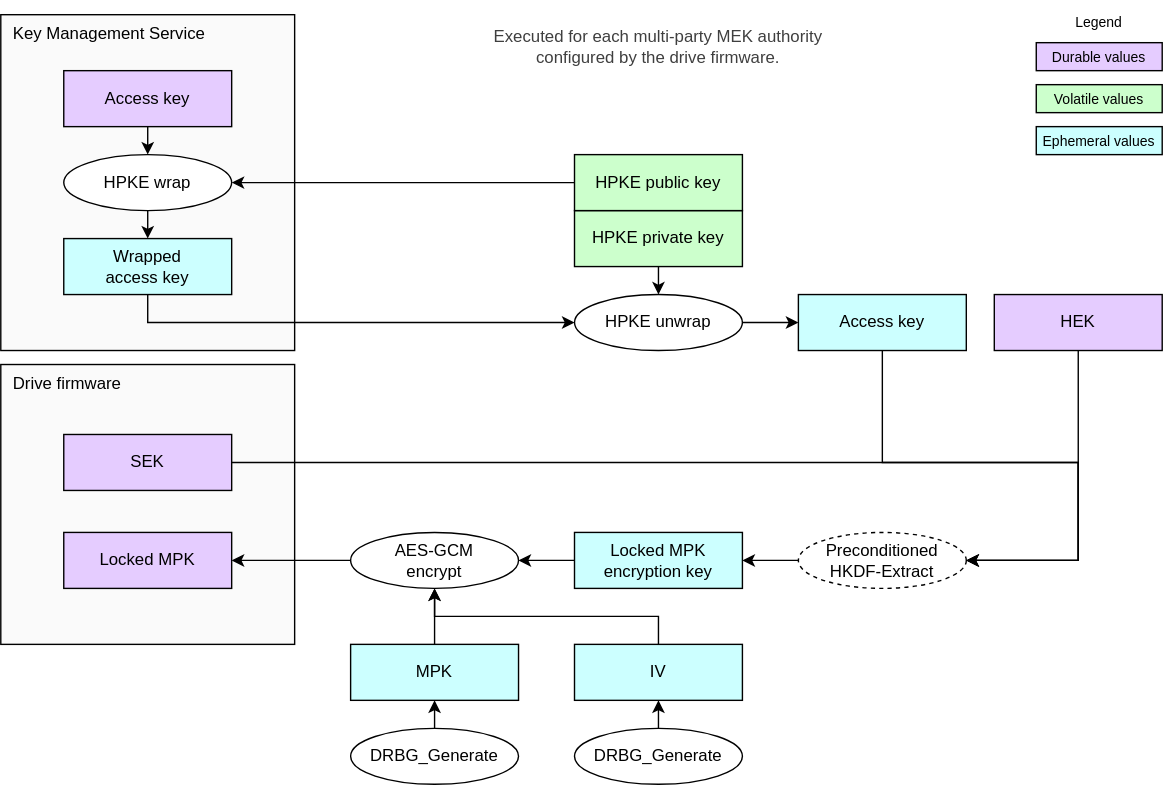
Earlier version of the draw.io export doc/ocp_lock/diagrams/mpk_generate.drawio.svg (chipsalliance/Caliptra). Source tidied: cells renumbered, new cells last; positions are measured from the earlier drawing's top-left corner, leaving out a move shared by most shapes.
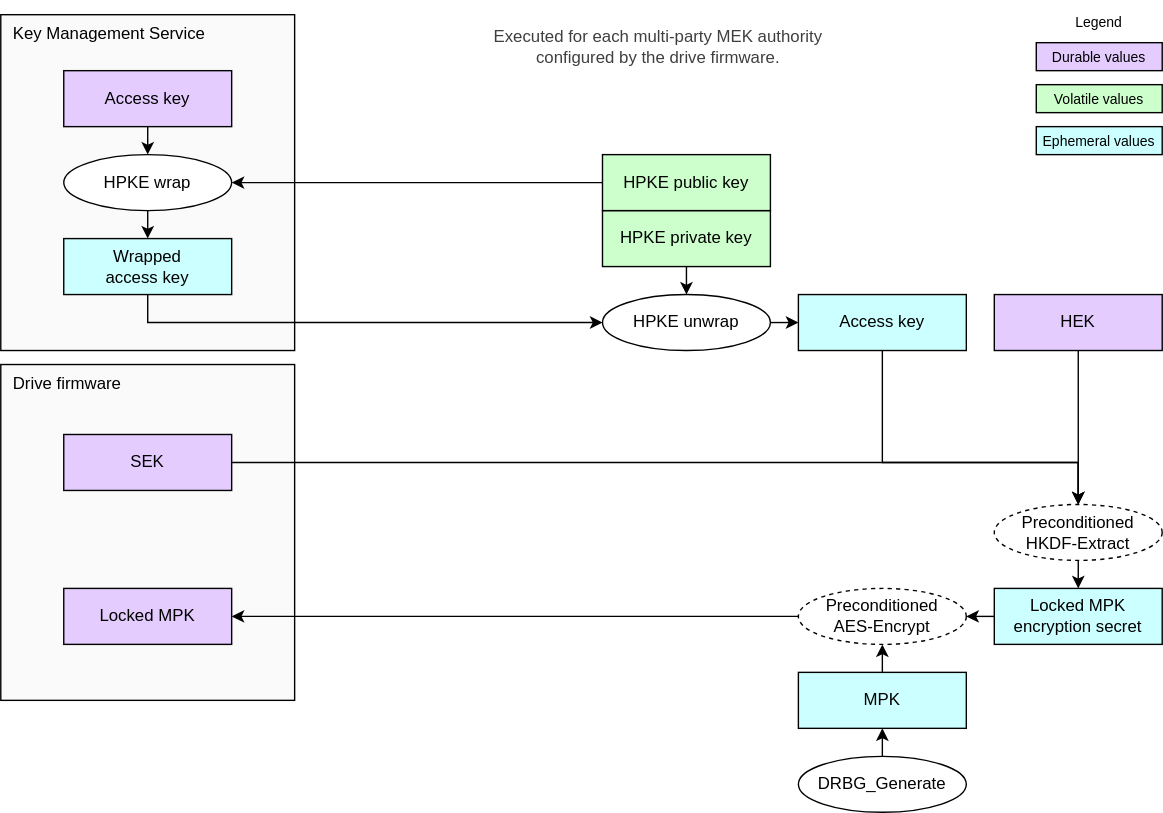
The same file after the commit.

The edit, as a diff of the source:
```diff
@@ -3,65 +3,60 @@
     <mxCell id="0" />
     <mxCell id="1" parent="0" />
     <mxCell id="2" value="Drive firmware" style="rounded=0;whiteSpace=wrap;html=1;fillColor=#FAFAFA;strokeColor=#000000;align=left;verticalAlign=top;spacingLeft=7;" parent="1" vertex="1">
-      <mxGeometry y="260" width="210" height="200" as="geometry" />
+      <mxGeometry y="260" width="210" height="240" as="geometry" />
     </mxCell>
     <mxCell id="3" value="Key Management Service" style="rounded=0;whiteSpace=wrap;html=1;fillColor=#FAFAFA;strokeColor=#000000;align=left;verticalAlign=top;spacingLeft=7;" parent="1" vertex="1">
       <mxGeometry y="10" width="210" height="240" as="geometry" />
     </mxCell>
     <mxCell id="4" value="&lt;div&gt;&lt;font color=&quot;#000000&quot;&gt;Locked MPK&lt;/font&gt;&lt;/div&gt;" style="rounded=0;whiteSpace=wrap;html=1;align=center;verticalAlign=middle;shadow=0;glass=0;spacingLeft=0;spacingBottom=0;spacingTop=0;fillColor=#E5CCFF;" parent="1" vertex="1">
-      <mxGeometry x="45" y="380" width="120" height="40" as="geometry" />
+      <mxGeometry x="45" y="420" width="120" height="40" as="geometry" />
     </mxCell>
     <mxCell id="5" value="&lt;div&gt;&lt;font color=&quot;#000000&quot;&gt;HEK&lt;/font&gt;&lt;/div&gt;" style="rounded=0;whiteSpace=wrap;html=1;align=center;verticalAlign=middle;shadow=0;glass=0;spacingLeft=0;spacingBottom=0;spacingTop=0;fillColor=#E5CCFF;" parent="1" vertex="1">
       <mxGeometry x="710" y="210" width="120" height="40" as="geometry" />
     </mxCell>
+    <mxCell id="11" style="edgeStyle=none;html=1;exitX=0;exitY=0.5;exitDx=0;exitDy=0;entryX=1;entryY=0.5;entryDx=0;entryDy=0;" parent="1" edge="1" source="6" target="9">
+      <mxGeometry relative="1" as="geometry" />
+    </mxCell>
-    <mxCell id="6" value="&lt;div&gt;&lt;font color=&quot;#000000&quot;&gt;Locked MPK encryption key&lt;/font&gt;&lt;/div&gt;" style="rounded=0;whiteSpace=wrap;html=1;align=center;verticalAlign=middle;shadow=0;glass=0;spacingLeft=0;spacingBottom=0;spacingTop=0;fillColor=#CCFFFF;" parent="1" vertex="1">
-      <mxGeometry x="410" y="380" width="120" height="40" as="geometry" />
+    <mxCell id="6" value="&lt;div&gt;&lt;font color=&quot;#000000&quot;&gt;Locked MPK encryption secret&lt;/font&gt;&lt;/div&gt;" style="rounded=0;whiteSpace=wrap;html=1;align=center;verticalAlign=middle;shadow=0;glass=0;spacingLeft=0;spacingBottom=0;spacingTop=0;fillColor=#CCFFFF;" parent="1" vertex="1">
+      <mxGeometry x="710" y="420" width="120" height="40" as="geometry" />
     </mxCell>
     <mxCell id="7" value="&lt;div&gt;&lt;font color=&quot;#000000&quot;&gt;Access key&lt;/font&gt;&lt;/div&gt;" style="rounded=0;whiteSpace=wrap;html=1;align=center;verticalAlign=middle;shadow=0;glass=0;spacingLeft=0;spacingBottom=0;spacingTop=0;fillColor=#CCFFFF;" parent="1" vertex="1">
       <mxGeometry x="570" y="210" width="120" height="40" as="geometry" />
     </mxCell>
     <mxCell id="8" value="Preconditioned&lt;div&gt;HKDF-Extract&lt;/div&gt;" style="ellipse;whiteSpace=wrap;html=1;fillColor=#FFFFFF;dashed=1;" parent="1" vertex="1">
-      <mxGeometry x="570" y="380" width="120" height="40" as="geometry" />
+      <mxGeometry x="710" y="360" width="120" height="40" as="geometry" />
     </mxCell>
-    <mxCell id="9" value="AES-GCM&lt;div&gt;encrypt&lt;/div&gt;" style="ellipse;whiteSpace=wrap;html=1;fillColor=#FFFFFF;" parent="1" vertex="1">
-      <mxGeometry x="250" y="380" width="120" height="40" as="geometry" />
+    <mxCell id="9" value="Preconditioned&lt;div&gt;AES-Encrypt&lt;/div&gt;" style="ellipse;whiteSpace=wrap;html=1;fillColor=#FFFFFF;dashed=1;" parent="1" vertex="1">
+      <mxGeometry x="570" y="420" width="120" height="40" as="geometry" />
     </mxCell>
     <mxCell id="10" style="endArrow=none;html=1;exitX=1;exitY=0.5;exitDx=0;exitDy=0;entryX=0;entryY=0.5;entryDx=0;entryDy=0;startArrow=classic;startFill=1;endFill=0;endSize=6;startSize=6;" parent="1" edge="1" source="4" target="9">
       <mxGeometry relative="1" as="geometry" />
     </mxCell>
-    <mxCell id="11" style="endArrow=classic;html=1;exitX=0;exitY=0.5;exitDx=0;exitDy=0;entryX=1;entryY=0.5;entryDx=0;entryDy=0;endSize=6;startSize=6;" parent="1" edge="1" source="6" target="9">
-      <mxGeometry relative="1" as="geometry" />
-    </mxCell>
-    <mxCell id="12" style="endArrow=classic;html=1;exitX=0.5;exitY=1;exitDx=0;exitDy=0;endSize=6;startSize=6;entryX=1;entryY=0.5;entryDx=0;entryDy=0;edgeStyle=orthogonalEdgeStyle;rounded=0;curved=0;" parent="1" edge="1" source="7" target="8">
+    <mxCell id="12" style="endArrow=classic;html=1;exitX=0.5;exitY=1;exitDx=0;exitDy=0;endSize=6;startSize=6;edgeStyle=orthogonalEdgeStyle;rounded=0;curved=0;entryX=0.5;entryY=0;entryDx=0;entryDy=0;" parent="1" edge="1" source="7" target="8">
       <mxGeometry relative="1" as="geometry">
         <Array as="points">
           <mxPoint x="630" y="330" />
           <mxPoint x="770" y="330" />
-          <mxPoint x="770" y="400" />
         </Array>
       </mxGeometry>
     </mxCell>
-    <mxCell id="13" style="endArrow=classic;html=1;exitX=0;exitY=0.5;exitDx=0;exitDy=0;entryX=1;entryY=0.5;entryDx=0;entryDy=0;endSize=6;startSize=6;" parent="1" edge="1" source="8" target="6">
+    <mxCell id="13" style="endArrow=classic;html=1;exitX=0.5;exitY=1;exitDx=0;exitDy=0;entryX=0.5;entryY=0;entryDx=0;entryDy=0;endSize=6;startSize=6;" parent="1" edge="1" source="8" target="6">
       <mxGeometry relative="1" as="geometry" />
     </mxCell>
     <mxCell id="14" value="&lt;div&gt;&lt;font color=&quot;#000000&quot;&gt;MPK&lt;/font&gt;&lt;/div&gt;" style="rounded=0;whiteSpace=wrap;html=1;align=center;verticalAlign=middle;shadow=0;glass=0;spacingLeft=0;spacingBottom=0;spacingTop=0;fillColor=#CCFFFF;" parent="1" vertex="1">
-      <mxGeometry x="250" y="460" width="120" height="40" as="geometry" />
+      <mxGeometry x="570" y="480" width="120" height="40" as="geometry" />
     </mxCell>
     <mxCell id="15" style="endArrow=none;html=1;exitX=0.5;exitY=1;exitDx=0;exitDy=0;entryX=0.5;entryY=0;entryDx=0;entryDy=0;startArrow=classic;startFill=1;endFill=0;endSize=6;startSize=6;" parent="1" edge="1" source="9" target="14">
       <mxGeometry relative="1" as="geometry" />
     </mxCell>
-    <mxCell id="16" style="edgeStyle=segmentEdgeStyle;endArrow=classic;html=1;curved=0;rounded=0;endSize=6;startSize=6;entryX=1;entryY=0.5;entryDx=0;entryDy=0;exitX=0.5;exitY=1;exitDx=0;exitDy=0;" parent="1" edge="1" source="5" target="8">
-      <mxGeometry relative="1" as="geometry">
-        <Array as="points">
-          <mxPoint x="770" y="400" />
-        </Array>
-      </mxGeometry>
+    <mxCell id="16" style="edgeStyle=segmentEdgeStyle;endArrow=classic;html=1;curved=0;rounded=0;endSize=6;startSize=6;exitX=0.5;exitY=1;exitDx=0;exitDy=0;entryX=0.5;entryY=0;entryDx=0;entryDy=0;" parent="1" edge="1" source="5" target="8">
+      <mxGeometry relative="1" as="geometry" />
     </mxCell>
     <mxCell id="17" value="&lt;div&gt;&lt;font color=&quot;#000000&quot;&gt;HPKE private key&lt;/font&gt;&lt;/div&gt;" style="rounded=0;whiteSpace=wrap;html=1;align=center;verticalAlign=middle;shadow=0;glass=0;spacingLeft=0;spacingBottom=0;spacingTop=0;fillColor=#CCFFCC;" parent="1" vertex="1">
-      <mxGeometry x="410" y="150" width="120" height="40" as="geometry" />
+      <mxGeometry x="430" y="150" width="120" height="40" as="geometry" />
     </mxCell>
     <mxCell id="18" value="HPKE unwrap" style="ellipse;whiteSpace=wrap;html=1;fillColor=#FFFFFF;" parent="1" vertex="1">
-      <mxGeometry x="410" y="210" width="120" height="40" as="geometry" />
+      <mxGeometry x="430" y="210" width="120" height="40" as="geometry" />
     </mxCell>
     <mxCell id="19" style="endArrow=classic;html=1;exitX=1;exitY=0.5;exitDx=0;exitDy=0;endSize=6;startSize=6;" parent="1" edge="1" source="18" target="7">
       <mxGeometry relative="1" as="geometry" />
@@ -73,7 +68,7 @@
       <mxGeometry x="45" y="110" width="120" height="40" as="geometry" />
     </mxCell>
     <mxCell id="22" value="&lt;div&gt;&lt;font color=&quot;#000000&quot;&gt;HPKE public key&lt;/font&gt;&lt;/div&gt;" style="rounded=0;whiteSpace=wrap;html=1;align=center;verticalAlign=middle;shadow=0;glass=0;spacingLeft=0;spacingBottom=0;spacingTop=0;fillColor=#CCFFCC;" parent="1" vertex="1">
-      <mxGeometry x="410" y="110" width="120" height="40" as="geometry" />
+      <mxGeometry x="430" y="110" width="120" height="40" as="geometry" />
     </mxCell>
     <mxCell id="23" style="edgeStyle=segmentEdgeStyle;endArrow=classic;html=1;curved=0;rounded=0;endSize=6;startSize=6;exitX=0;exitY=0.5;exitDx=0;exitDy=0;entryX=1;entryY=0.5;entryDx=0;entryDy=0;" parent="1" edge="1" source="22" target="21">
       <mxGeometry relative="1" as="geometry">
@@ -109,7 +104,7 @@
       <mxGeometry relative="1" as="geometry" />
     </mxCell>
     <mxCell id="31" value="DRBG_Generate" style="ellipse;whiteSpace=wrap;html=1;fillColor=#FFFFFF;" parent="1" vertex="1">
-      <mxGeometry x="250" y="520" width="120" height="40" as="geometry" />
+      <mxGeometry x="570" y="540" width="120" height="40" as="geometry" />
     </mxCell>
     <mxCell id="32" value="&lt;div&gt;&lt;font color=&quot;#000000&quot;&gt;Volatile values&lt;/font&gt;&lt;/div&gt;" style="rounded=0;whiteSpace=wrap;html=1;align=center;verticalAlign=middle;shadow=0;glass=0;spacingLeft=0;spacingBottom=0;spacingTop=0;fillColor=#CCFFCC;fontSize=10;" parent="1" vertex="1">
       <mxGeometry x="740" y="60" width="90" height="20" as="geometry" />
@@ -123,26 +118,13 @@
     <mxCell id="35" value="&lt;div style=&quot;color: rgb(63, 63, 63);&quot;&gt;Executed&lt;span style=&quot;background-color: transparent;&quot;&gt;&amp;nbsp;for&amp;nbsp;&lt;/span&gt;&lt;span style=&quot;background-color: transparent;&quot;&gt;each multi-party MEK authority configured by the drive firmware.&lt;/span&gt;&lt;/div&gt;" style="text;strokeColor=none;align=center;fillColor=none;html=1;verticalAlign=middle;whiteSpace=wrap;rounded=0;" parent="1" vertex="1">
       <mxGeometry x="340" y="10" width="260" height="45" as="geometry" />
     </mxCell>
-    <mxCell id="36" style="endArrow=none;html=1;exitX=0.5;exitY=1;exitDx=0;exitDy=0;entryX=0.5;entryY=0;entryDx=0;entryDy=0;startArrow=classic;startFill=1;endFill=0;endSize=6;startSize=6;" parent="1" edge="1" source="37" target="38">
-      <mxGeometry relative="1" as="geometry" />
-    </mxCell>
-    <mxCell id="37" value="&lt;div&gt;&lt;font color=&quot;#000000&quot;&gt;IV&lt;/font&gt;&lt;/div&gt;" style="rounded=0;whiteSpace=wrap;html=1;align=center;verticalAlign=middle;shadow=0;glass=0;spacingLeft=0;spacingBottom=0;spacingTop=0;fillColor=#CCFFFF;" parent="1" vertex="1">
-      <mxGeometry x="410" y="460" width="120" height="40" as="geometry" />
-    </mxCell>
-    <mxCell id="38" value="DRBG_Generate" style="ellipse;whiteSpace=wrap;html=1;fillColor=#FFFFFF;" parent="1" vertex="1">
-      <mxGeometry x="410" y="520" width="120" height="40" as="geometry" />
-    </mxCell>
-    <mxCell id="39" style="edgeStyle=orthogonalEdgeStyle;endArrow=classic;html=1;rounded=0;endSize=6;startSize=6;entryX=0.5;entryY=1;entryDx=0;entryDy=0;exitX=0.5;exitY=0;exitDx=0;exitDy=0;" parent="1" edge="1" source="37" target="9">
-      <mxGeometry relative="1" as="geometry" />
-    </mxCell>
     <mxCell id="40" value="&lt;div&gt;&lt;font color=&quot;#000000&quot;&gt;SEK&lt;/font&gt;&lt;/div&gt;" style="rounded=0;whiteSpace=wrap;html=1;align=center;verticalAlign=middle;shadow=0;glass=0;spacingLeft=0;spacingBottom=0;spacingTop=0;fillColor=#E5CCFF;" parent="1" vertex="1">
       <mxGeometry x="45" y="310" width="120" height="40" as="geometry" />
     </mxCell>
-    <mxCell id="41" style="edgeStyle=orthogonalEdgeStyle;endArrow=classic;html=1;rounded=0;endSize=6;startSize=6;entryX=1;entryY=0.5;entryDx=0;entryDy=0;exitX=1;exitY=0.5;exitDx=0;exitDy=0;" parent="1" edge="1" source="40" target="8">
+    <mxCell id="41" style="edgeStyle=orthogonalEdgeStyle;endArrow=classic;html=1;rounded=0;endSize=6;startSize=6;exitX=1;exitY=0.5;exitDx=0;exitDy=0;entryX=0.5;entryY=0;entryDx=0;entryDy=0;" parent="1" edge="1" source="40" target="8">
       <mxGeometry relative="1" as="geometry">
         <Array as="points">
           <mxPoint x="770" y="330" />
-          <mxPoint x="770" y="400" />
         </Array>
       </mxGeometry>
     </mxCell>
```
